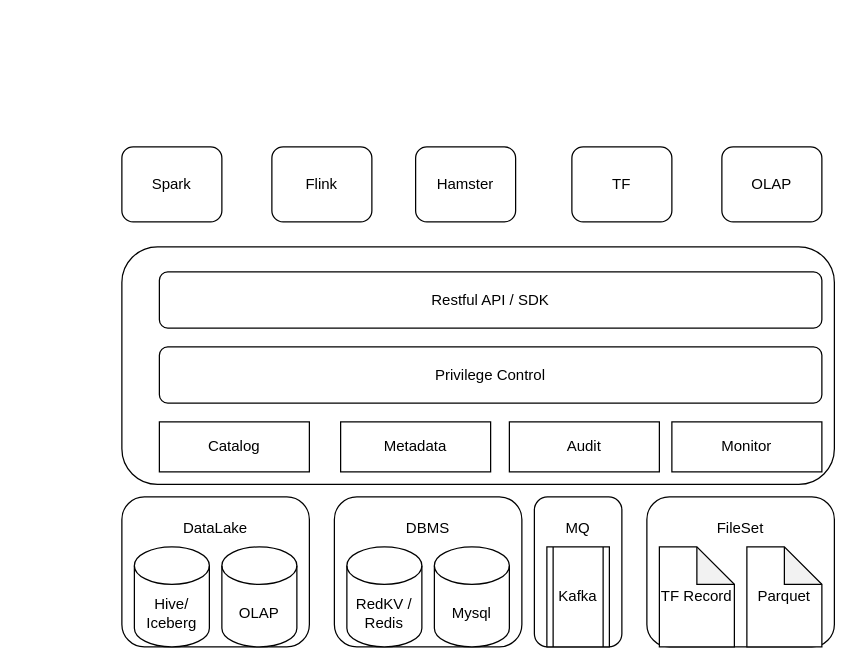
Above: 统一元数据 产品形态.drawio in labud/pictures (draw.io), before the change. Source tidied: cells renumbered, new cells numbered last; positions are measured from the earlier drawing's top-left corner, leaving out a move shared by most shapes. Both pictures are drawn from the tidied source at 125%, with x=0, y=0 at pixel (121, 146).
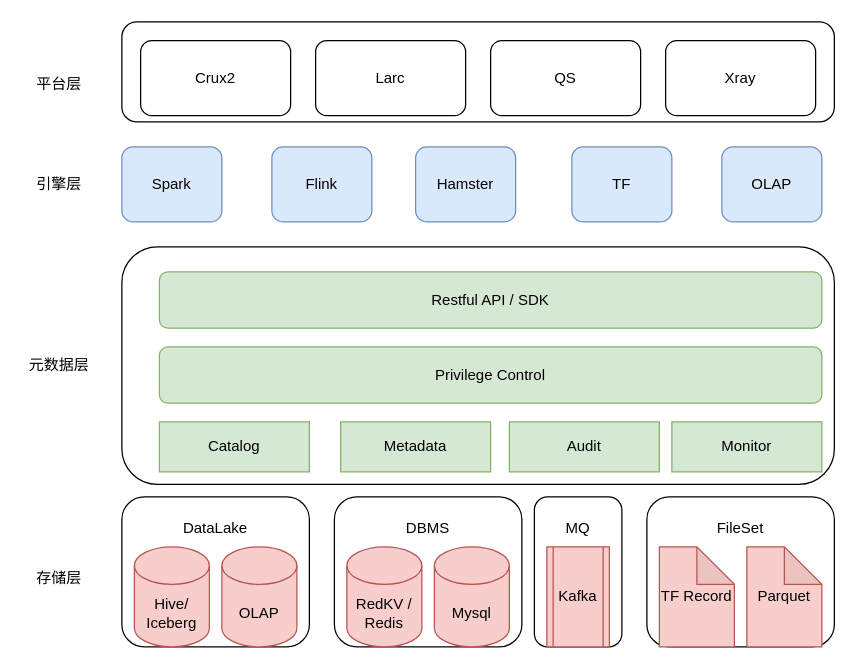
After the change.

Commit message (it also covers changes not shown here):
Update 统一元数据 产品形态.drawio

Change to the diagram source:
```diff
@@
-    <mxCell id="7" value="Hive/ Iceberg" style="shape=cylinder3;whiteSpace=wrap;html=1;boundedLbl=1;backgroundOutline=1;size=15;" parent="1" vertex="1">
+    <mxCell id="7" value="Hive/ Iceberg" style="shape=cylinder3;whiteSpace=wrap;html=1;boundedLbl=1;backgroundOutline=1;size=15;fillColor=#f8cecc;strokeColor=#b85450;" parent="1" vertex="1">
       <mxGeometry x="10" y="320" width="60" height="80" as="geometry" />
     </mxCell>
-    <mxCell id="8" value="RedKV / Redis" style="shape=cylinder3;whiteSpace=wrap;html=1;boundedLbl=1;backgroundOutline=1;size=15;" parent="1" vertex="1">
+    <mxCell id="8" value="RedKV / Redis" style="shape=cylinder3;whiteSpace=wrap;html=1;boundedLbl=1;backgroundOutline=1;size=15;fillColor=#f8cecc;strokeColor=#b85450;" parent="1" vertex="1">
       <mxGeometry x="180" y="320" width="60" height="80" as="geometry" />
     </mxCell>
-    <mxCell id="9" value="Mysql" style="shape=cylinder3;whiteSpace=wrap;html=1;boundedLbl=1;backgroundOutline=1;size=15;" parent="1" vertex="1">
+    <mxCell id="9" value="Mysql" style="shape=cylinder3;whiteSpace=wrap;html=1;boundedLbl=1;backgroundOutline=1;size=15;fillColor=#f8cecc;strokeColor=#b85450;" parent="1" vertex="1">
       <mxGeometry x="250" y="320" width="60" height="80" as="geometry" />
     </mxCell>
-    <mxCell id="10" value="Kafka" style="shape=process;whiteSpace=wrap;html=1;backgroundOutline=1;" parent="1" vertex="1">
+    <mxCell id="10" value="Kafka" style="shape=process;whiteSpace=wrap;html=1;backgroundOutline=1;fillColor=#f8cecc;strokeColor=#b85450;" parent="1" vertex="1">
       <mxGeometry x="340" y="320" width="50" height="80" as="geometry" />
     </mxCell>
-    <mxCell id="11" value="OLAP" style="shape=cylinder3;whiteSpace=wrap;html=1;boundedLbl=1;backgroundOutline=1;size=15;" parent="1" vertex="1">
+    <mxCell id="11" value="OLAP" style="shape=cylinder3;whiteSpace=wrap;html=1;boundedLbl=1;backgroundOutline=1;size=15;fillColor=#f8cecc;strokeColor=#b85450;" parent="1" vertex="1">
       <mxGeometry x="80" y="320" width="60" height="80" as="geometry" />
     </mxCell>
-    <mxCell id="12" value="TF Record" style="shape=note;whiteSpace=wrap;html=1;backgroundOutline=1;darkOpacity=0.05;" parent="1" vertex="1">
+    <mxCell id="12" value="TF Record" style="shape=note;whiteSpace=wrap;html=1;backgroundOutline=1;darkOpacity=0.05;fillColor=#f8cecc;strokeColor=#b85450;" parent="1" vertex="1">
       <mxGeometry x="430" y="320" width="60" height="80" as="geometry" />
     </mxCell>
-    <mxCell id="13" value="Parquet" style="shape=note;whiteSpace=wrap;html=1;backgroundOutline=1;darkOpacity=0.05;" parent="1" vertex="1">
+    <mxCell id="13" value="Parquet" style="shape=note;whiteSpace=wrap;html=1;backgroundOutline=1;darkOpacity=0.05;fillColor=#f8cecc;strokeColor=#b85450;" parent="1" vertex="1">
       <mxGeometry x="500" y="320" width="60" height="80" as="geometry" />
     </mxCell>
@@
-    <mxCell id="18" value="Catalog" style="rounded=0;whiteSpace=wrap;html=1;" parent="1" vertex="1">
+    <mxCell id="18" value="Catalog" style="rounded=0;whiteSpace=wrap;html=1;fillColor=#d5e8d4;strokeColor=#82b366;" parent="1" vertex="1">
       <mxGeometry x="30" y="220" width="120" height="40" as="geometry" />
     </mxCell>
-    <mxCell id="19" value="Metadata" style="rounded=0;whiteSpace=wrap;html=1;" parent="1" vertex="1">
+    <mxCell id="19" value="Metadata" style="rounded=0;whiteSpace=wrap;html=1;fillColor=#d5e8d4;strokeColor=#82b366;" parent="1" vertex="1">
       <mxGeometry x="175" y="220" width="120" height="40" as="geometry" />
     </mxCell>
-    <mxCell id="20" value="Audit" style="rounded=0;whiteSpace=wrap;html=1;" parent="1" vertex="1">
+    <mxCell id="20" value="Audit" style="rounded=0;whiteSpace=wrap;html=1;fillColor=#d5e8d4;strokeColor=#82b366;" parent="1" vertex="1">
       <mxGeometry x="310" y="220" width="120" height="40" as="geometry" />
     </mxCell>
-    <mxCell id="21" value="Monitor" style="rounded=0;whiteSpace=wrap;html=1;" parent="1" vertex="1">
+    <mxCell id="21" value="Monitor" style="rounded=0;whiteSpace=wrap;html=1;fillColor=#d5e8d4;strokeColor=#82b366;" parent="1" vertex="1">
       <mxGeometry x="440" y="220" width="120" height="40" as="geometry" />
     </mxCell>
-    <mxCell id="22" value="Privilege Control" style="rounded=1;whiteSpace=wrap;html=1;" parent="1" vertex="1">
+    <mxCell id="22" value="Privilege Control" style="rounded=1;whiteSpace=wrap;html=1;fillColor=#d5e8d4;strokeColor=#82b366;" parent="1" vertex="1">
       <mxGeometry x="30" y="160" width="530" height="45" as="geometry" />
     </mxCell>
-    <mxCell id="23" value="Restful API / SDK" style="rounded=1;whiteSpace=wrap;html=1;" parent="1" vertex="1">
+    <mxCell id="23" value="Restful API / SDK" style="rounded=1;whiteSpace=wrap;html=1;fillColor=#d5e8d4;strokeColor=#82b366;" parent="1" vertex="1">
       <mxGeometry x="30" y="100" width="530" height="45" as="geometry" />
     </mxCell>
-    <mxCell id="24" value="Spark" style="rounded=1;whiteSpace=wrap;html=1;" parent="1" vertex="1">
+    <mxCell id="24" value="Spark" style="rounded=1;whiteSpace=wrap;html=1;fillColor=#dae8fc;strokeColor=#6c8ebf;" parent="1" vertex="1">
       <mxGeometry width="80" height="60" as="geometry" />
     </mxCell>
-    <mxCell id="25" value="Flink" style="rounded=1;whiteSpace=wrap;html=1;" parent="1" vertex="1">
+    <mxCell id="25" value="Flink" style="rounded=1;whiteSpace=wrap;html=1;fillColor=#dae8fc;strokeColor=#6c8ebf;" parent="1" vertex="1">
       <mxGeometry x="120" width="80" height="60" as="geometry" />
     </mxCell>
-    <mxCell id="26" value="Hamster" style="rounded=1;whiteSpace=wrap;html=1;" parent="1" vertex="1">
+    <mxCell id="26" value="Hamster" style="rounded=1;whiteSpace=wrap;html=1;fillColor=#dae8fc;strokeColor=#6c8ebf;" parent="1" vertex="1">
       <mxGeometry x="235" width="80" height="60" as="geometry" />
     </mxCell>
-    <mxCell id="27" value="TF" style="rounded=1;whiteSpace=wrap;html=1;" parent="1" vertex="1">
+    <mxCell id="27" value="TF" style="rounded=1;whiteSpace=wrap;html=1;fillColor=#dae8fc;strokeColor=#6c8ebf;" parent="1" vertex="1">
       <mxGeometry x="360" width="80" height="60" as="geometry" />
     </mxCell>
-    <mxCell id="28" value="OLAP" style="rounded=1;whiteSpace=wrap;html=1;" parent="1" vertex="1">
+    <mxCell id="28" value="OLAP" style="rounded=1;whiteSpace=wrap;html=1;fillColor=#dae8fc;strokeColor=#6c8ebf;" parent="1" vertex="1">
       <mxGeometry x="480" width="80" height="60" as="geometry" />
     </mxCell>
+    <mxCell id="29" value="存储层" style="text;html=1;align=center;verticalAlign=middle;whiteSpace=wrap;rounded=0;" parent="1" vertex="1">
+      <mxGeometry x="-80" y="330" width="60" height="30" as="geometry" />
+    </mxCell>
+    <mxCell id="30" value="元数据层" style="text;html=1;align=center;verticalAlign=middle;whiteSpace=wrap;rounded=0;" parent="1" vertex="1">
+      <mxGeometry x="-80" y="160" width="60" height="30" as="geometry" />
+    </mxCell>
+    <mxCell id="31" value="引擎层" style="text;html=1;align=center;verticalAlign=middle;whiteSpace=wrap;rounded=0;" parent="1" vertex="1">
+      <mxGeometry x="-80" y="15" width="60" height="30" as="geometry" />
+    </mxCell>
+    <mxCell id="32" style="rounded=1;whiteSpace=wrap;html=1;" parent="1" vertex="1">
+      <mxGeometry y="-100" width="570" height="80" as="geometry" />
+    </mxCell>
+    <mxCell id="33" value="平台层" style="text;html=1;align=center;verticalAlign=middle;whiteSpace=wrap;rounded=0;" parent="1" vertex="1">
+      <mxGeometry x="-80" y="-65" width="60" height="30" as="geometry" />
+    </mxCell>
+    <mxCell id="34" value="Crux2" style="rounded=1;whiteSpace=wrap;html=1;" parent="1" vertex="1">
+      <mxGeometry x="15" y="-85" width="120" height="60" as="geometry" />
+    </mxCell>
+    <mxCell id="35" value="Larc" style="rounded=1;whiteSpace=wrap;html=1;" parent="1" vertex="1">
+      <mxGeometry x="155" y="-85" width="120" height="60" as="geometry" />
+    </mxCell>
+    <mxCell id="36" value="QS" style="rounded=1;whiteSpace=wrap;html=1;" parent="1" vertex="1">
+      <mxGeometry x="295" y="-85" width="120" height="60" as="geometry" />
+    </mxCell>
+    <mxCell id="37" value="Xray" style="rounded=1;whiteSpace=wrap;html=1;" parent="1" vertex="1">
+      <mxGeometry x="435" y="-85" width="120" height="60" as="geometry" />
+    </mxCell>
```
